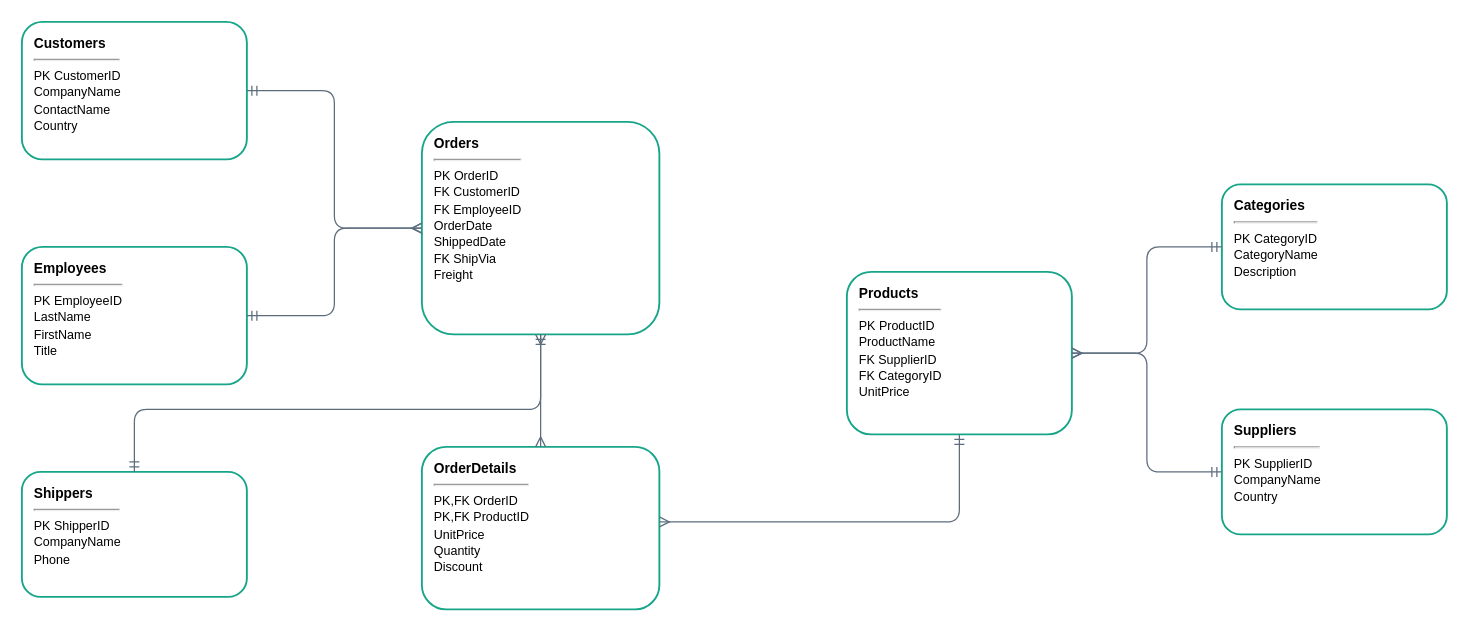
Above: visuals/ch01/src/fig-01-04-northwind-er.drawio in mmcodesso/Accounting_Analytics (draw.io), before the change. Source tidied: cells renumbered, new cells numbered last; positions are measured from the earlier drawing's top-left corner, leaving out a move shared by most shapes. Both pictures are drawn from the tidied source at 125%, with x=0, y=0 at pixel (21, 21).
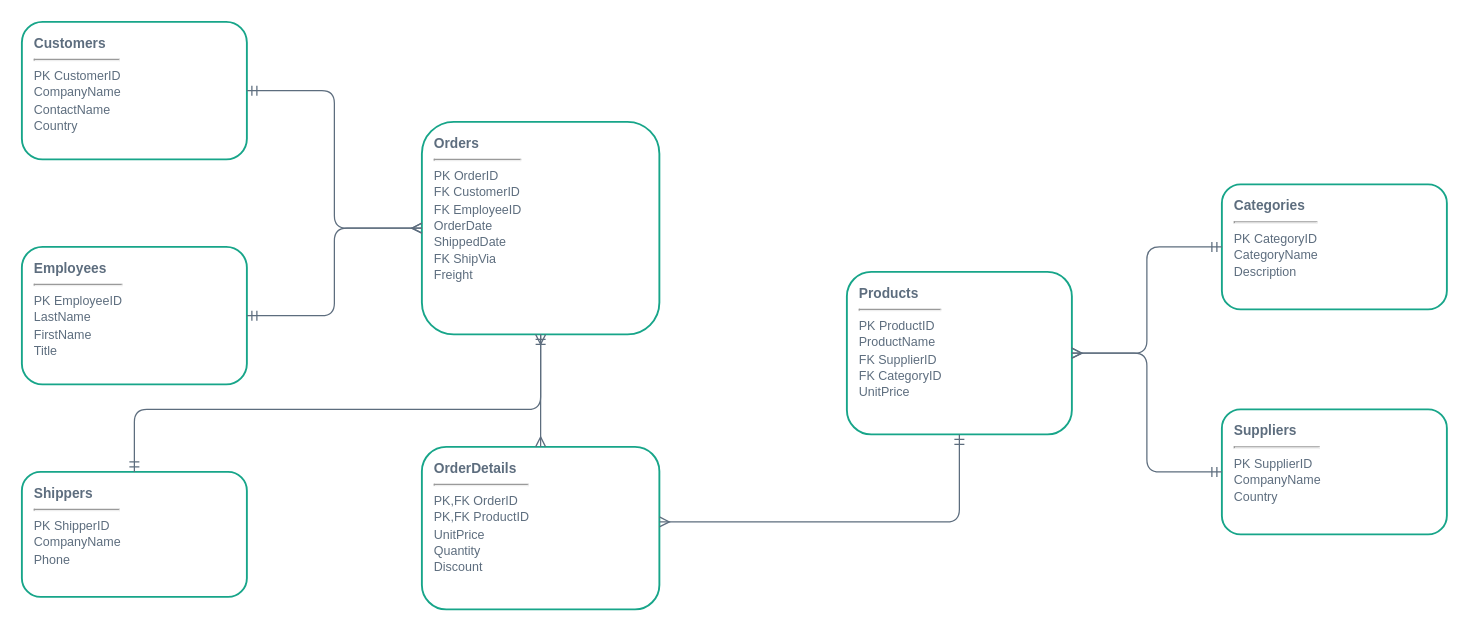
The same page after the edit.

Commit message (it also covers changes not shown here):
adjusted figures ch01

Change to the diagram source:
```diff
@@
 <mxGraphModel>
   <root>
     <mxCell id="0" />
     <mxCell id="1" parent="0" />
-    <mxCell id="2" value="&lt;b&gt;Customers&lt;/b&gt;&lt;hr&gt;&lt;font style='font-size:10px'&gt;PK CustomerID&lt;br&gt;CompanyName&lt;br&gt;ContactName&lt;br&gt;Country&lt;/font&gt;" style="rounded=1;whiteSpace=wrap;html=1;fillColor=#FFFFFF;strokeColor=#17A589;strokeWidth=1.5;fontSize=11;fontFamily=Arial;align=left;spacingLeft=8;verticalAlign=top;spacingTop=4;" parent="1" vertex="1">
+    <mxCell id="2" value="&lt;b&gt;Customers&lt;/b&gt;&lt;hr&gt;&lt;font style=&quot;font-size:10px&quot;&gt;PK CustomerID&lt;br&gt;CompanyName&lt;br&gt;ContactName&lt;br&gt;Country&lt;/font&gt;" style="rounded=1;whiteSpace=wrap;html=1;fillColor=#FFFFFF;strokeColor=#17A589;strokeWidth=1.5;fontSize=11;fontFamily=Arial;align=left;spacingLeft=8;verticalAlign=top;spacingTop=4;fontColor=#5D6D7E;" parent="1" vertex="1">
       <mxGeometry width="180" height="110" as="geometry" />
     </mxCell>
-    <mxCell id="3" value="&lt;b&gt;Employees&lt;/b&gt;&lt;hr&gt;&lt;font style='font-size:10px'&gt;PK EmployeeID&lt;br&gt;LastName&lt;br&gt;FirstName&lt;br&gt;Title&lt;/font&gt;" style="rounded=1;whiteSpace=wrap;html=1;fillColor=#FFFFFF;strokeColor=#17A589;strokeWidth=1.5;fontSize=11;fontFamily=Arial;align=left;spacingLeft=8;verticalAlign=top;spacingTop=4;" parent="1" vertex="1">
+    <mxCell id="3" value="&lt;b&gt;Employees&lt;/b&gt;&lt;hr&gt;&lt;font style=&quot;font-size:10px&quot;&gt;PK EmployeeID&lt;br&gt;LastName&lt;br&gt;FirstName&lt;br&gt;Title&lt;/font&gt;" style="rounded=1;whiteSpace=wrap;html=1;fillColor=#FFFFFF;strokeColor=#17A589;strokeWidth=1.5;fontSize=11;fontFamily=Arial;align=left;spacingLeft=8;verticalAlign=top;spacingTop=4;fontColor=#5D6D7E;" parent="1" vertex="1">
       <mxGeometry y="180" width="180" height="110" as="geometry" />
     </mxCell>
-    <mxCell id="4" value="&lt;b&gt;Shippers&lt;/b&gt;&lt;hr&gt;&lt;font style='font-size:10px'&gt;PK ShipperID&lt;br&gt;CompanyName&lt;br&gt;Phone&lt;/font&gt;" style="rounded=1;whiteSpace=wrap;html=1;fillColor=#FFFFFF;strokeColor=#17A589;strokeWidth=1.5;fontSize=11;fontFamily=Arial;align=left;spacingLeft=8;verticalAlign=top;spacingTop=4;" parent="1" vertex="1">
+    <mxCell id="4" value="&lt;b&gt;Shippers&lt;/b&gt;&lt;hr&gt;&lt;font style=&quot;font-size:10px&quot;&gt;PK ShipperID&lt;br&gt;CompanyName&lt;br&gt;Phone&lt;/font&gt;" style="rounded=1;whiteSpace=wrap;html=1;fillColor=#FFFFFF;strokeColor=#17A589;strokeWidth=1.5;fontSize=11;fontFamily=Arial;align=left;spacingLeft=8;verticalAlign=top;spacingTop=4;fontColor=#5D6D7E;" parent="1" vertex="1">
       <mxGeometry y="360" width="180" height="100" as="geometry" />
     </mxCell>
-    <mxCell id="5" value="&lt;b&gt;Orders&lt;/b&gt;&lt;hr&gt;&lt;font style='font-size:10px'&gt;PK OrderID&lt;br&gt;FK CustomerID&lt;br&gt;FK EmployeeID&lt;br&gt;OrderDate&lt;br&gt;ShippedDate&lt;br&gt;FK ShipVia&lt;br&gt;Freight&lt;/font&gt;" style="rounded=1;whiteSpace=wrap;html=1;fillColor=#FFFFFF;strokeColor=#17A589;strokeWidth=1.5;fontSize=11;fontFamily=Arial;align=left;spacingLeft=8;verticalAlign=top;spacingTop=4;" parent="1" vertex="1">
+    <mxCell id="5" value="&lt;b&gt;Orders&lt;/b&gt;&lt;hr&gt;&lt;font style=&quot;font-size:10px&quot;&gt;PK OrderID&lt;br&gt;FK CustomerID&lt;br&gt;FK EmployeeID&lt;br&gt;OrderDate&lt;br&gt;ShippedDate&lt;br&gt;FK ShipVia&lt;br&gt;Freight&lt;/font&gt;" style="rounded=1;whiteSpace=wrap;html=1;fillColor=#FFFFFF;strokeColor=#17A589;strokeWidth=1.5;fontSize=11;fontFamily=Arial;align=left;spacingLeft=8;verticalAlign=top;spacingTop=4;fontColor=#5D6D7E;" parent="1" vertex="1">
       <mxGeometry x="320" y="80" width="190" height="170" as="geometry" />
     </mxCell>
-    <mxCell id="6" value="&lt;b&gt;OrderDetails&lt;/b&gt;&lt;hr&gt;&lt;font style='font-size:10px'&gt;PK,FK OrderID&lt;br&gt;PK,FK ProductID&lt;br&gt;UnitPrice&lt;br&gt;Quantity&lt;br&gt;Discount&lt;/font&gt;" style="rounded=1;whiteSpace=wrap;html=1;fillColor=#FFFFFF;strokeColor=#17A589;strokeWidth=1.5;fontSize=11;fontFamily=Arial;align=left;spacingLeft=8;verticalAlign=top;spacingTop=4;" parent="1" vertex="1">
+    <mxCell id="6" value="&lt;b&gt;OrderDetails&lt;/b&gt;&lt;hr&gt;&lt;font style=&quot;font-size:10px&quot;&gt;PK,FK OrderID&lt;br&gt;PK,FK ProductID&lt;br&gt;UnitPrice&lt;br&gt;Quantity&lt;br&gt;Discount&lt;/font&gt;" style="rounded=1;whiteSpace=wrap;html=1;fillColor=#FFFFFF;strokeColor=#17A589;strokeWidth=1.5;fontSize=11;fontFamily=Arial;align=left;spacingLeft=8;verticalAlign=top;spacingTop=4;fontColor=#5D6D7E;" parent="1" vertex="1">
       <mxGeometry x="320" y="340" width="190" height="130" as="geometry" />
     </mxCell>
-    <mxCell id="7" value="&lt;b&gt;Products&lt;/b&gt;&lt;hr&gt;&lt;font style='font-size:10px'&gt;PK ProductID&lt;br&gt;ProductName&lt;br&gt;FK SupplierID&lt;br&gt;FK CategoryID&lt;br&gt;UnitPrice&lt;/font&gt;" style="rounded=1;whiteSpace=wrap;html=1;fillColor=#FFFFFF;strokeColor=#17A589;strokeWidth=1.5;fontSize=11;fontFamily=Arial;align=left;spacingLeft=8;verticalAlign=top;spacingTop=4;" parent="1" vertex="1">
+    <mxCell id="7" value="&lt;b&gt;Products&lt;/b&gt;&lt;hr&gt;&lt;font style=&quot;font-size:10px&quot;&gt;PK ProductID&lt;br&gt;ProductName&lt;br&gt;FK SupplierID&lt;br&gt;FK CategoryID&lt;br&gt;UnitPrice&lt;/font&gt;" style="rounded=1;whiteSpace=wrap;html=1;fillColor=#FFFFFF;strokeColor=#17A589;strokeWidth=1.5;fontSize=11;fontFamily=Arial;align=left;spacingLeft=8;verticalAlign=top;spacingTop=4;fontColor=#5D6D7E;" parent="1" vertex="1">
       <mxGeometry x="660" y="200" width="180" height="130" as="geometry" />
     </mxCell>
-    <mxCell id="8" value="&lt;b&gt;Categories&lt;/b&gt;&lt;hr&gt;&lt;font style='font-size:10px'&gt;PK CategoryID&lt;br&gt;CategoryName&lt;br&gt;Description&lt;/font&gt;" style="rounded=1;whiteSpace=wrap;html=1;fillColor=#FFFFFF;strokeColor=#17A589;strokeWidth=1.5;fontSize=11;fontFamily=Arial;align=left;spacingLeft=8;verticalAlign=top;spacingTop=4;" parent="1" vertex="1">
+    <mxCell id="8" value="&lt;b&gt;Categories&lt;/b&gt;&lt;hr&gt;&lt;font style=&quot;font-size:10px&quot;&gt;PK CategoryID&lt;br&gt;CategoryName&lt;br&gt;Description&lt;/font&gt;" style="rounded=1;whiteSpace=wrap;html=1;fillColor=#FFFFFF;strokeColor=#17A589;strokeWidth=1.5;fontSize=11;fontFamily=Arial;align=left;spacingLeft=8;verticalAlign=top;spacingTop=4;fontColor=#5D6D7E;" parent="1" vertex="1">
       <mxGeometry x="960" y="130" width="180" height="100" as="geometry" />
     </mxCell>
-    <mxCell id="9" value="&lt;b&gt;Suppliers&lt;/b&gt;&lt;hr&gt;&lt;font style='font-size:10px'&gt;PK SupplierID&lt;br&gt;CompanyName&lt;br&gt;Country&lt;/font&gt;" style="rounded=1;whiteSpace=wrap;html=1;fillColor=#FFFFFF;strokeColor=#17A589;strokeWidth=1.5;fontSize=11;fontFamily=Arial;align=left;spacingLeft=8;verticalAlign=top;spacingTop=4;" parent="1" vertex="1">
+    <mxCell id="9" value="&lt;b&gt;Suppliers&lt;/b&gt;&lt;hr&gt;&lt;font style=&quot;font-size:10px&quot;&gt;PK SupplierID&lt;br&gt;CompanyName&lt;br&gt;Country&lt;/font&gt;" style="rounded=1;whiteSpace=wrap;html=1;fillColor=#FFFFFF;strokeColor=#17A589;strokeWidth=1.5;fontSize=11;fontFamily=Arial;align=left;spacingLeft=8;verticalAlign=top;spacingTop=4;fontColor=#5D6D7E;" parent="1" vertex="1">
       <mxGeometry x="960" y="310" width="180" height="100" as="geometry" />
     </mxCell>
-    <mxCell id="10" style="edgeStyle=orthogonalEdgeStyle;endArrow=ERmany;startArrow=ERmandOne;strokeColor=#5D6D7E;strokeWidth=1;" parent="1" edge="1" source="2" target="5">
+    <mxCell id="10" style="edgeStyle=orthogonalEdgeStyle;endArrow=ERmany;startArrow=ERmandOne;strokeColor=#5D6D7E;strokeWidth=1;fontColor=#5D6D7E;" parent="1" edge="1" source="2" target="5">
       <mxGeometry relative="1" as="geometry" />
     </mxCell>
-    <mxCell id="11" style="edgeStyle=orthogonalEdgeStyle;endArrow=ERmany;startArrow=ERmandOne;strokeColor=#5D6D7E;strokeWidth=1;" parent="1" edge="1" source="3" target="5">
+    <mxCell id="11" style="edgeStyle=orthogonalEdgeStyle;endArrow=ERmany;startArrow=ERmandOne;strokeColor=#5D6D7E;strokeWidth=1;fontColor=#5D6D7E;" parent="1" edge="1" source="3" target="5">
       <mxGeometry relative="1" as="geometry" />
     </mxCell>
-    <mxCell id="12" style="edgeStyle=orthogonalEdgeStyle;endArrow=ERmany;startArrow=ERmandOne;strokeColor=#5D6D7E;strokeWidth=1;" parent="1" edge="1" source="4" target="5">
+    <mxCell id="12" style="edgeStyle=orthogonalEdgeStyle;endArrow=ERmany;startArrow=ERmandOne;strokeColor=#5D6D7E;strokeWidth=1;fontColor=#5D6D7E;" parent="1" edge="1" source="4" target="5">
       <mxGeometry relative="1" as="geometry">
         <Array as="points">
           <mxPoint x="90" y="310" />
           <mxPoint x="415" y="310" />
         </Array>
       </mxGeometry>
     </mxCell>
-    <mxCell id="13" style="edgeStyle=orthogonalEdgeStyle;endArrow=ERmany;startArrow=ERmandOne;strokeColor=#5D6D7E;strokeWidth=1;" parent="1" edge="1" source="5" target="6">
+    <mxCell id="13" style="edgeStyle=orthogonalEdgeStyle;endArrow=ERmany;startArrow=ERmandOne;strokeColor=#5D6D7E;strokeWidth=1;fontColor=#5D6D7E;" parent="1" edge="1" source="5" target="6">
       <mxGeometry relative="1" as="geometry" />
     </mxCell>
-    <mxCell id="14" style="edgeStyle=orthogonalEdgeStyle;endArrow=ERmany;startArrow=ERmandOne;strokeColor=#5D6D7E;strokeWidth=1;" parent="1" edge="1" source="7" target="6">
+    <mxCell id="14" style="edgeStyle=orthogonalEdgeStyle;endArrow=ERmany;startArrow=ERmandOne;strokeColor=#5D6D7E;strokeWidth=1;fontColor=#5D6D7E;" parent="1" edge="1" source="7" target="6">
       <mxGeometry relative="1" as="geometry">
         <Array as="points">
           <mxPoint x="750" y="400" />
         </Array>
       </mxGeometry>
     </mxCell>
-    <mxCell id="15" style="edgeStyle=orthogonalEdgeStyle;endArrow=ERmany;startArrow=ERmandOne;strokeColor=#5D6D7E;strokeWidth=1;" parent="1" edge="1" source="8" target="7">
+    <mxCell id="15" style="edgeStyle=orthogonalEdgeStyle;endArrow=ERmany;startArrow=ERmandOne;strokeColor=#5D6D7E;strokeWidth=1;fontColor=#5D6D7E;" parent="1" edge="1" source="8" target="7">
       <mxGeometry relative="1" as="geometry" />
     </mxCell>
-    <mxCell id="16" style="edgeStyle=orthogonalEdgeStyle;endArrow=ERmany;startArrow=ERmandOne;strokeColor=#5D6D7E;strokeWidth=1;" parent="1" edge="1" source="9" target="7">
+    <mxCell id="16" style="edgeStyle=orthogonalEdgeStyle;endArrow=ERmany;startArrow=ERmandOne;strokeColor=#5D6D7E;strokeWidth=1;fontColor=#5D6D7E;" parent="1" edge="1" source="9" target="7">
       <mxGeometry relative="1" as="geometry" />
     </mxCell>
   </root>
 </mxGraphModel>
```
